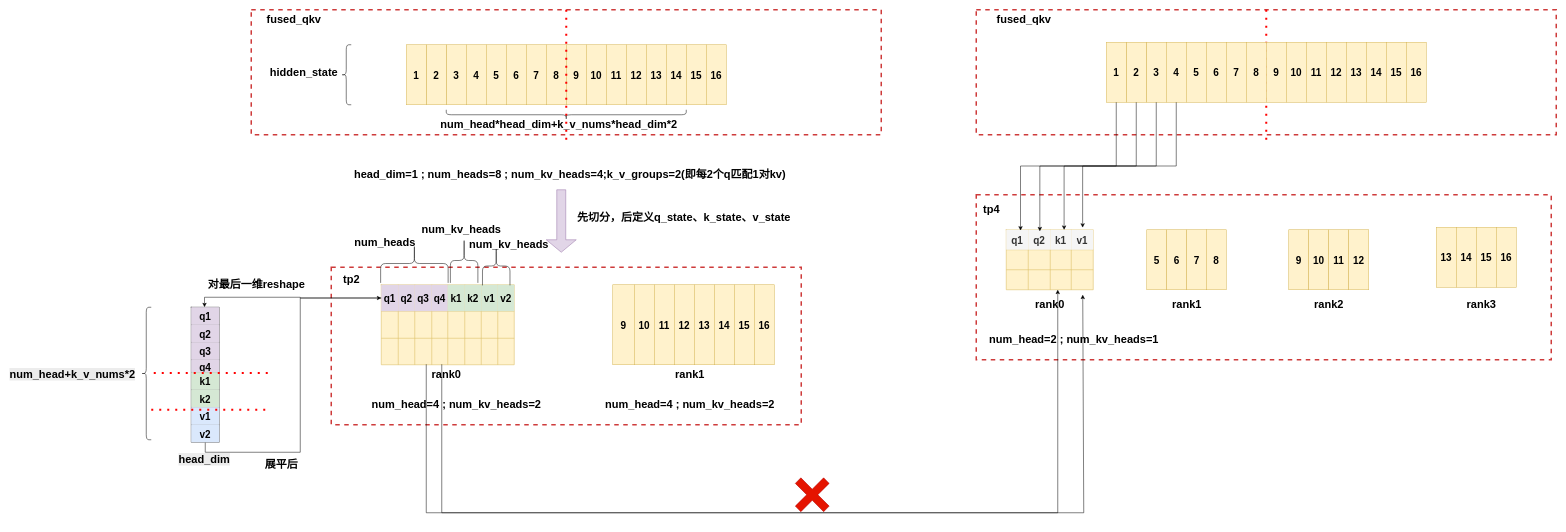
Earlier version of the draw.io diagram drawio_images/tp2_old_fused_qkv->tp4_old_fused_qkv.drawio (zty-king/zty-king). Source tidied: cells renumbered, new cells numbered last; positions are measured from the earlier drawing's top-left corner, leaving out a move shared by most shapes. Both pictures are drawn from the tidied source at 50%, with x=0, y=0 at pixel (8, -6).
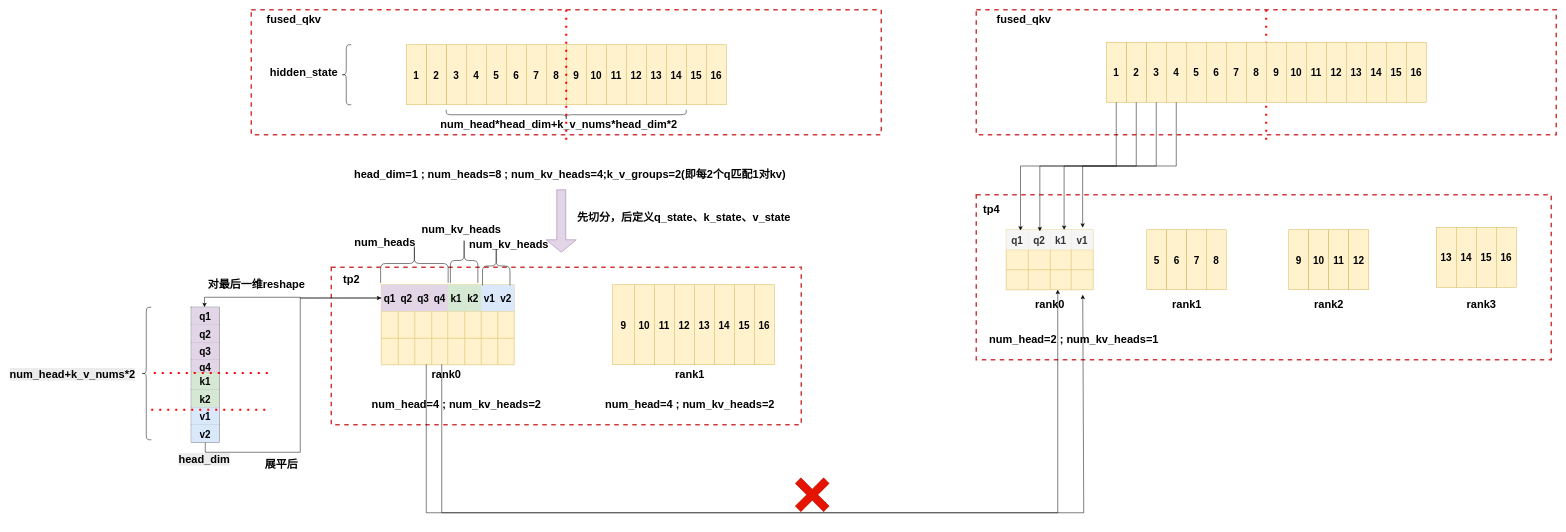
Above is the later version.

The change refers to these unchanged cells:
```xml
<mxCell id="31" style="shape=tableRow;horizontal=0;startSize=0;swimlaneHead=0;swimlaneBody=0;strokeColor=inherit;top=0;left=0;bottom=0;right=0;fillColor=none;points=[[0,0.5],[1,0.5]];portConstraint=eastwest;fontSize=20;fontStyle=1;" parent="30" vertex="1">
  <mxGeometry width="266" height="53" as="geometry" />
</mxCell>
```

Diff of the diagram source:
```diff
@@
-    <mxCell id="38" value="v1" style="shape=partialRectangle;html=1;whiteSpace=wrap;strokeColor=#82b366;overflow=hidden;fillColor=#d5e8d4;top=0;left=0;bottom=0;right=0;fontSize=20;fontStyle=1;" parent="31" vertex="1">
+    <mxCell id="38" value="v1" style="shape=partialRectangle;html=1;whiteSpace=wrap;strokeColor=#6c8ebf;overflow=hidden;fillColor=#dae8fc;top=0;left=0;bottom=0;right=0;fontSize=20;fontStyle=1;" parent="31" vertex="1">
       <mxGeometry x="200" width="33" height="53" as="geometry" />
     </mxCell>
-    <mxCell id="39" value="v2" style="shape=partialRectangle;html=1;whiteSpace=wrap;strokeColor=#82b366;overflow=hidden;fillColor=#d5e8d4;top=0;left=0;bottom=0;right=0;fontSize=20;fontStyle=1;" parent="31" vertex="1">
+    <mxCell id="39" value="v2" style="shape=partialRectangle;html=1;whiteSpace=wrap;strokeColor=#6c8ebf;overflow=hidden;fillColor=#dae8fc;top=0;left=0;bottom=0;right=0;fontSize=20;fontStyle=1;" parent="31" vertex="1">
       <mxGeometry x="233" width="33" height="53" as="geometry" />
     </mxCell>
```
